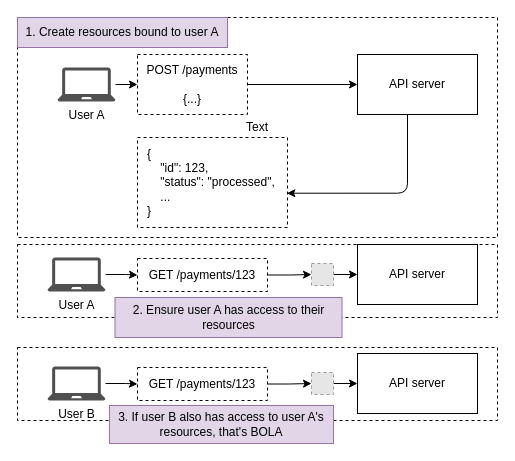
Before: page "2.7" (7 of 8) of ch02.drawio in abunuwas/api-sec-book-imgs, a draw.io diagram. Source tidied: cells renumbered, new cells numbered last; positions are measured from the earlier drawing's top-left corner, leaving out a move shared by most shapes. Both pictures are drawn from the tidied source at 100%, with x=0, y=0 at pixel (17, 17). Pictures stored in the file or linked from it are replaced by grey dashed boxes.
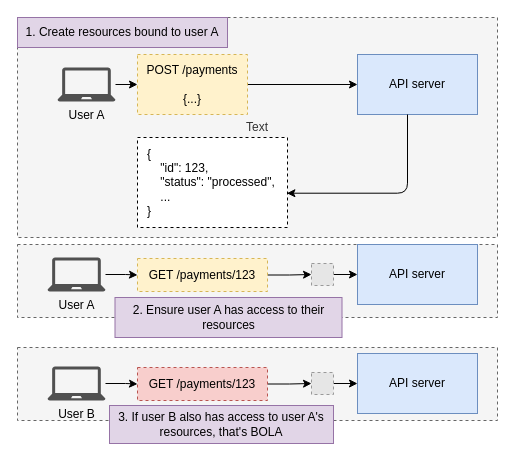
The same page after the edit.

The edit, as a diff of the source:
```diff
@@
-    <mxCell id="2" value="Text" style="text;html=1;strokeColor=default;fillColor=none;align=center;verticalAlign=middle;whiteSpace=wrap;rounded=0;dashed=1;" parent="1" vertex="1">
+    <mxCell id="2" value="Text" style="text;html=1;strokeColor=#666666;fillColor=#f5f5f5;align=center;verticalAlign=middle;whiteSpace=wrap;rounded=0;dashed=1;fontColor=#333333;" parent="1" vertex="1">
       <mxGeometry width="480" height="220" as="geometry" />
     </mxCell>
-    <mxCell id="3" style="text;html=1;strokeColor=default;fillColor=none;align=center;verticalAlign=middle;whiteSpace=wrap;rounded=0;dashed=1;" parent="1" vertex="1">
+    <mxCell id="3" style="text;html=1;strokeColor=#666666;fillColor=#f5f5f5;align=center;verticalAlign=middle;whiteSpace=wrap;rounded=0;dashed=1;fontColor=#333333;" parent="1" vertex="1">
       <mxGeometry y="330" width="480" height="73" as="geometry" />
     </mxCell>
+    <mxCell id="26" style="text;html=1;strokeColor=#666666;fillColor=#f5f5f5;align=center;verticalAlign=middle;whiteSpace=wrap;rounded=0;dashed=1;fontColor=#333333;" parent="1" vertex="1">
+      <mxGeometry y="227" width="480" height="73" as="geometry" />
+    </mxCell>
-    <mxCell id="4" value="API server" style="rounded=0;whiteSpace=wrap;html=1;" parent="1" vertex="1">
+    <mxCell id="4" value="API server" style="rounded=0;whiteSpace=wrap;html=1;fillColor=#dae8fc;strokeColor=#6c8ebf;" parent="1" vertex="1">
       <mxGeometry x="340" y="37" width="120" height="60" as="geometry" />
     </mxCell>
@@
-    <mxCell id="8" value="POST /payments&lt;br&gt;&lt;br&gt;{...}" style="text;html=1;strokeColor=default;fillColor=none;align=center;verticalAlign=middle;whiteSpace=wrap;rounded=0;dashed=1;" parent="1" vertex="1">
+    <mxCell id="8" value="POST /payments&lt;br&gt;&lt;br&gt;{...}" style="text;html=1;strokeColor=#d6b656;fillColor=#fff2cc;align=center;verticalAlign=middle;whiteSpace=wrap;rounded=0;dashed=1;" parent="1" vertex="1">
       <mxGeometry x="120" y="37" width="110" height="60" as="geometry" />
     </mxCell>
-    <mxCell id="9" value="{&lt;br&gt;&amp;nbsp; &amp;nbsp; &quot;id&quot;: 123,&lt;br&gt;&amp;nbsp; &amp;nbsp; &quot;status&quot;: &quot;processed&quot;,&lt;br&gt;&amp;nbsp; &amp;nbsp; ...&lt;br&gt;}" style="text;html=1;strokeColor=default;fillColor=none;align=left;verticalAlign=middle;whiteSpace=wrap;rounded=0;dashed=1;spacing=10;" parent="1" vertex="1">
+    <mxCell id="9" value="{&lt;br&gt;&amp;nbsp; &amp;nbsp; &quot;id&quot;: 123,&lt;br&gt;&amp;nbsp; &amp;nbsp; &quot;status&quot;: &quot;processed&quot;,&lt;br&gt;&amp;nbsp; &amp;nbsp; ...&lt;br&gt;}" style="text;html=1;strokeColor=default;fillColor=default;align=left;verticalAlign=middle;whiteSpace=wrap;rounded=0;dashed=1;spacing=10;" parent="1" vertex="1">
       <mxGeometry x="120" y="120" width="150" height="90" as="geometry" />
     </mxCell>
@@
-    <mxCell id="13" value="API server" style="rounded=0;whiteSpace=wrap;html=1;" parent="1" vertex="1">
+    <mxCell id="13" value="API server" style="rounded=0;whiteSpace=wrap;html=1;fillColor=#dae8fc;strokeColor=#6c8ebf;" parent="1" vertex="1">
       <mxGeometry x="340" y="227" width="120" height="60" as="geometry" />
     </mxCell>
@@
-    <mxCell id="15" value="GET /payments/123" style="text;html=1;strokeColor=default;fillColor=none;align=center;verticalAlign=middle;whiteSpace=wrap;rounded=0;dashed=1;" parent="1" vertex="1">
+    <mxCell id="15" value="GET /payments/123" style="text;html=1;strokeColor=#d6b656;fillColor=#fff2cc;align=center;verticalAlign=middle;whiteSpace=wrap;rounded=0;dashed=1;" parent="1" vertex="1">
       <mxGeometry x="120" y="241" width="130" height="33" as="geometry" />
     </mxCell>
@@
-    <mxCell id="20" value="API server" style="rounded=0;whiteSpace=wrap;html=1;" parent="1" vertex="1">
+    <mxCell id="20" value="API server" style="rounded=0;whiteSpace=wrap;html=1;fillColor=#dae8fc;strokeColor=#6c8ebf;" parent="1" vertex="1">
       <mxGeometry x="340" y="336" width="120" height="60" as="geometry" />
     </mxCell>
@@
-    <mxCell id="22" value="GET /payments/123" style="text;html=1;strokeColor=default;fillColor=none;align=center;verticalAlign=middle;whiteSpace=wrap;rounded=0;dashed=1;" parent="1" vertex="1">
+    <mxCell id="22" value="GET /payments/123" style="text;html=1;strokeColor=#b85450;fillColor=#f8cecc;align=center;verticalAlign=middle;whiteSpace=wrap;rounded=0;dashed=1;" parent="1" vertex="1">
       <mxGeometry x="120" y="350" width="130" height="33" as="geometry" />
     </mxCell>
@@
-    <mxCell id="26" style="text;html=1;strokeColor=default;fillColor=none;align=center;verticalAlign=middle;whiteSpace=wrap;rounded=0;dashed=1;" parent="1" vertex="1">
-      <mxGeometry y="227" width="480" height="73" as="geometry" />
-    </mxCell>
```
